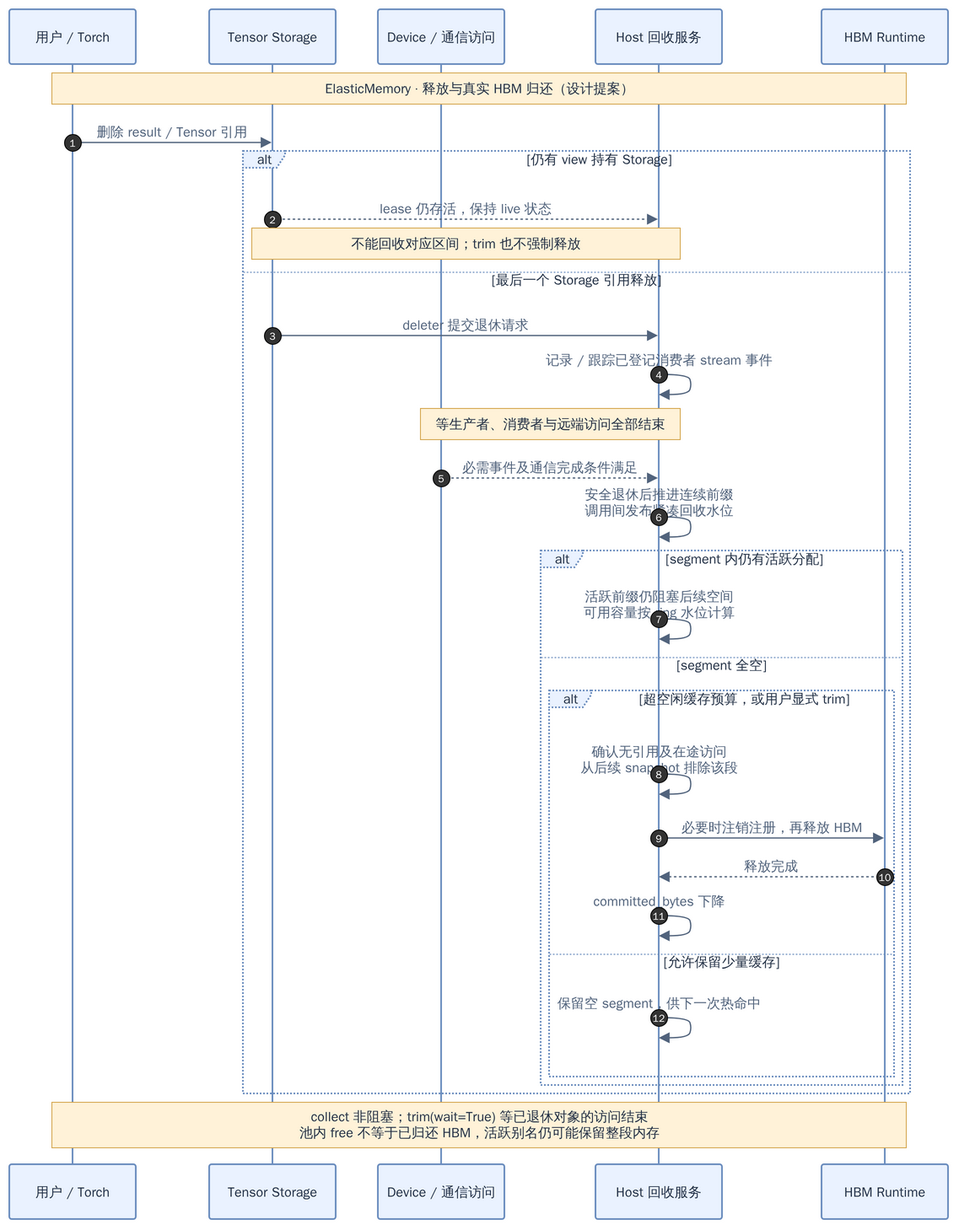
Above: docs/diagrams/elastic-memory/reclaim-sequence.drawio.png in Denver17/TileXR (draw.io), before the change. Source tidied: cells renumbered, new cells last; positions are measured from the earlier drawing's top-left corner, leaving out a move shared by most shapes.
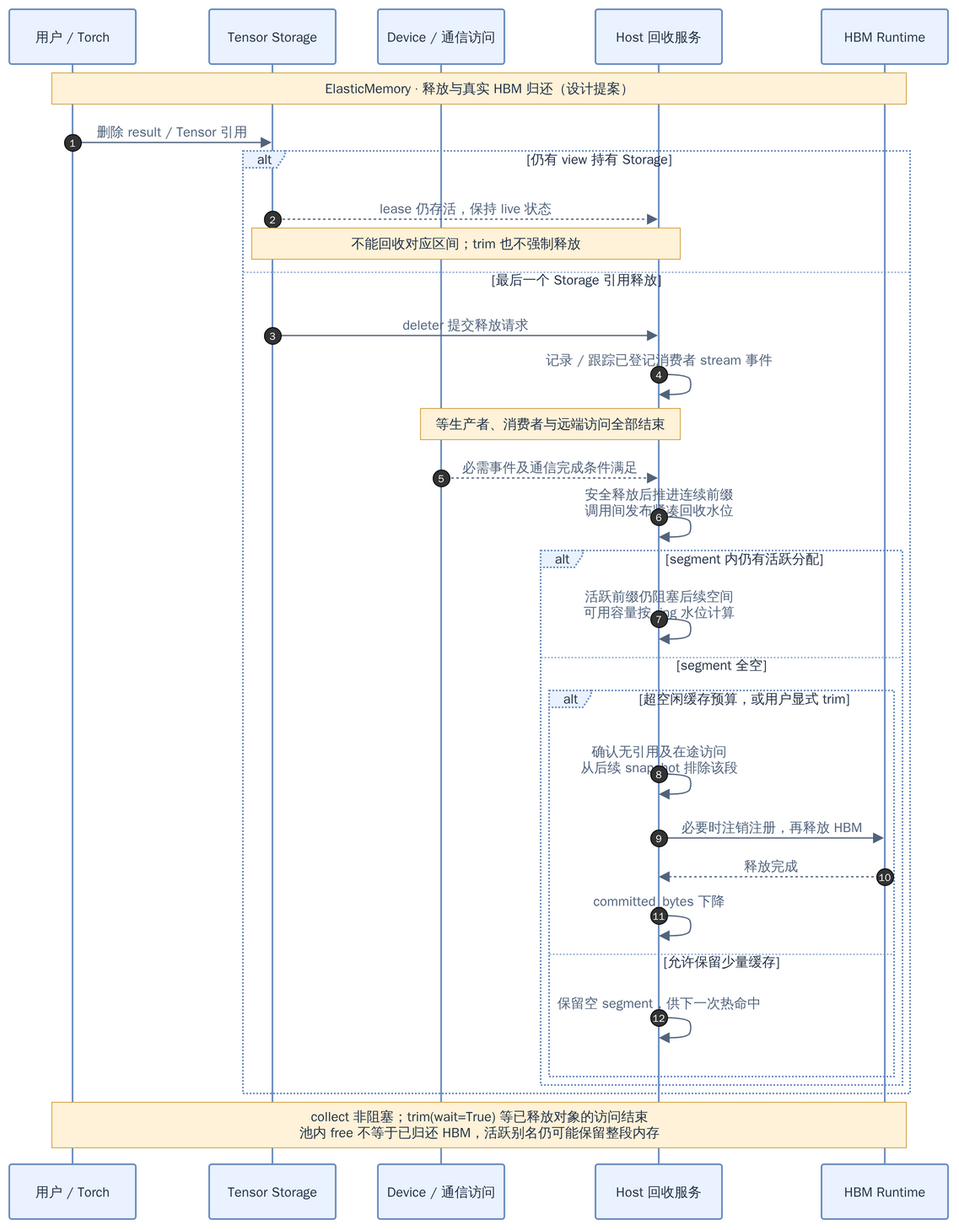
After the commit.

Change to the diagram source:
```diff
@@ -73,7 +73,7 @@
     <mxCell id="22" value="2" style="ellipse;fillColor=light-dark(#333333,#cccccc);align=center;verticalAlign=middle;fontColor=light-dark(#FFFFFF,#333333);fontSize=12;fontFamily=WenQuanYi Zen Hei;" parent="1" vertex="1">
       <mxGeometry x="302" y="239" width="20" height="20" as="geometry" />
     </mxCell>
-    <mxCell id="23" value="deleter 提交退休请求" style="endArrow=block;endSize=9;verticalAlign=bottom;spacingBottom=2;edgeStyle=sequenceEdgeStyle;libavoidRouting=0;curved=0;rounded=0;fontSize=16;labelBackgroundColor=none;strokeWidth=1.5;strokeColor=#52647D;fontColor=#52647D;fontFamily=Trebuchet MS,Verdana,Arial,sans-serif;fontFamily=WenQuanYi Zen Hei;" parent="1" edge="1" source="3" target="5">
+    <mxCell id="23" value="deleter 提交释放请求" style="endArrow=block;endSize=9;verticalAlign=bottom;spacingBottom=2;edgeStyle=sequenceEdgeStyle;libavoidRouting=0;curved=0;rounded=0;fontSize=16;labelBackgroundColor=none;strokeWidth=1.5;strokeColor=#52647D;fontColor=#52647D;fontFamily=Trebuchet MS,Verdana,Arial,sans-serif;fontFamily=WenQuanYi Zen Hei;" parent="1" edge="1" source="3" target="5">
       <mxGeometry relative="1" as="geometry">
         <Array as="points">
           <mxPoint x="541" y="387" />
@@ -117,7 +117,7 @@
         </Array>
       </mxGeometry>
     </mxCell>
-    <mxCell id="31" value="安全退休后推进连续前缀&#10;调用间发布紧凑回收水位" style="text;html=1;strokeColor=none;fillColor=none;align=center;verticalAlign=middle;fontFamily=Trebuchet MS,Verdana,Arial,sans-serif;fontSize=16;fontColor=#52647D;fontFamily=WenQuanYi Zen Hei;" parent="1" vertex="1">
+    <mxCell id="31" value="安全释放后推进连续前缀&#10;调用间发布紧凑回收水位" style="text;html=1;strokeColor=none;fillColor=none;align=center;verticalAlign=middle;fontFamily=Trebuchet MS,Verdana,Arial,sans-serif;fontSize=16;fontColor=#52647D;fontFamily=WenQuanYi Zen Hei;" parent="1" vertex="1">
       <mxGeometry x="670" y="576" width="200" height="18" as="geometry" />
     </mxCell>
     <mxCell id="32" value="6" style="ellipse;fillColor=light-dark(#333333,#cccccc);align=center;verticalAlign=middle;fontColor=light-dark(#FFFFFF,#333333);fontSize=12;fontFamily=WenQuanYi Zen Hei;" parent="1" vertex="1">
@@ -212,7 +212,7 @@
     <mxCell id="51" value="等生产者、消费者与远端访问全部结束" style="html=1;fillColor=#FFF2D8;strokeColor=#D3A246;fontColor=#243247;fontFamily=Trebuchet MS,Verdana,Arial,sans-serif;fontSize=16;fontFamily=WenQuanYi Zen Hei;" parent="1" vertex="1">
       <mxGeometry x="487" y="473" width="308" height="37" as="geometry" />
     </mxCell>
-    <mxCell id="52" value="collect 非阻塞；trim(wait=True) 等已退休对象的访问结束&#10;池内 free 不等于已归还 HBM，活跃别名仍可能保留整段内存" style="html=1;fillColor=#FFF2D8;strokeColor=#D3A246;fontColor=#243247;fontFamily=Trebuchet MS,Verdana,Arial,sans-serif;fontSize=16;fontFamily=WenQuanYi Zen Hei;" parent="1" vertex="1">
+    <mxCell id="52" value="collect 非阻塞；trim(wait=True) 等已释放对象的访问结束&#10;池内 free 不等于已归还 HBM，活跃别名仍可能保留整段内存" style="html=1;fillColor=#FFF2D8;strokeColor=#D3A246;fontColor=#243247;fontFamily=Trebuchet MS,Verdana,Arial,sans-serif;fontSize=16;fontFamily=WenQuanYi Zen Hei;" parent="1" vertex="1">
       <mxGeometry x="50" y="1296" width="1013" height="54" as="geometry" />
     </mxCell>
   </root>
```
